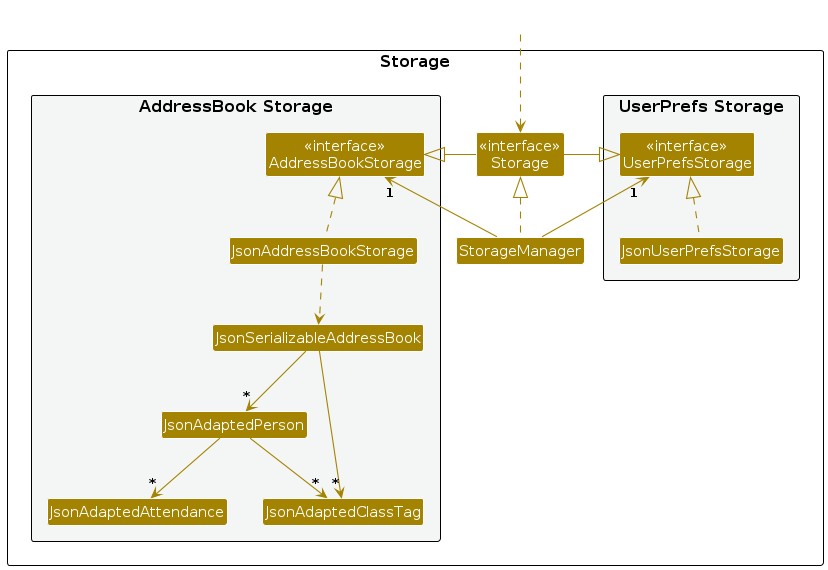
Before: diagrams/StorageClassDiagram.png, a diagram exported from PlantUML (AY2526S1-CS2103T-F10-3/tp). Its source is kept beside it as diagrams/StorageClassDiagram.puml.
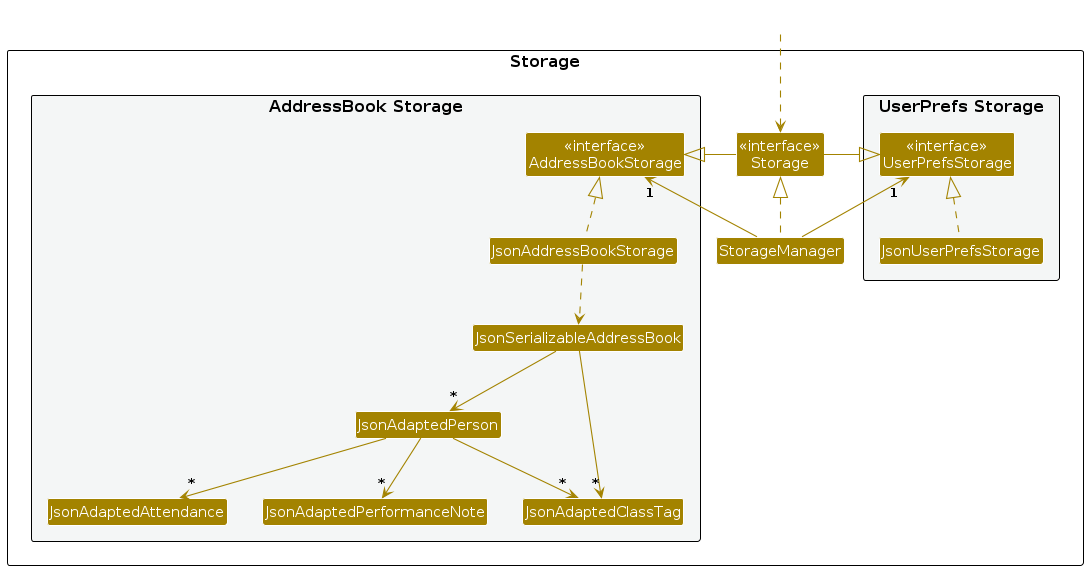
The same file after the commit.

What changed in the source:
```diff
@@ -21,6 +21,7 @@
 Class JsonAdaptedPerson
 Class JsonAdaptedClassTag
 Class JsonAdaptedAttendance
+Class JsonAdaptedPerformanceNote
 }
 
 }
@@ -42,5 +43,6 @@
 JsonSerializableAddressBook --> "*" JsonAdaptedClassTag
 JsonAdaptedPerson --> "*" JsonAdaptedClassTag
  JsonAdaptedPerson --> "*" JsonAdaptedAttendance
+ JsonAdaptedPerson --> "*" JsonAdaptedPerformanceNote
 
 @enduml
```
